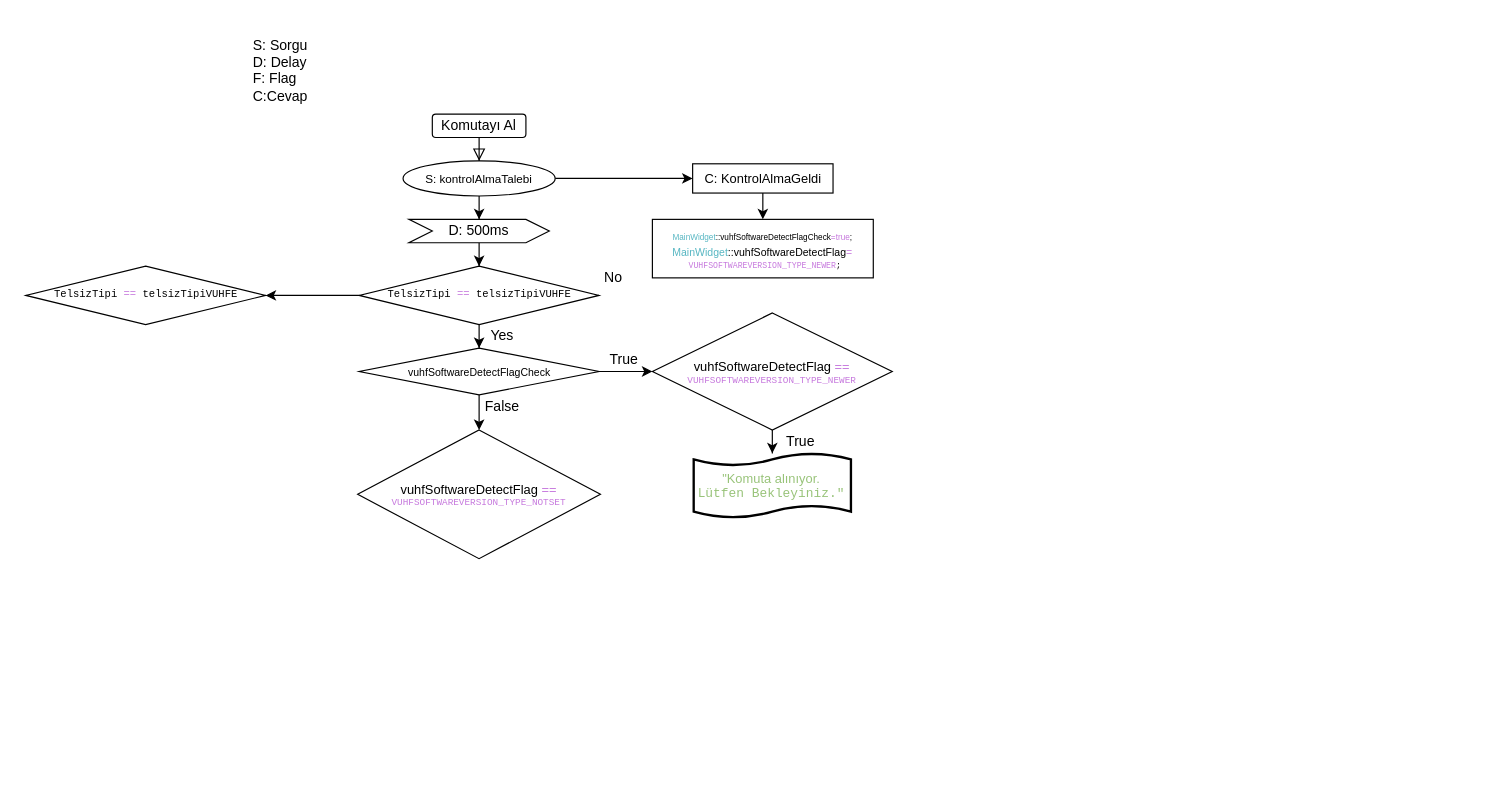
Earlier version of the draw.io diagram Untitled Diagram.drawio (eembetul/u8glib). Source tidied: cells renumbered, new cells numbered last; positions are measured from the earlier drawing's top-left corner, leaving out a move shared by most shapes. Both pictures are drawn from the tidied source at 117%, with x=0, y=0 at pixel (26, 32).
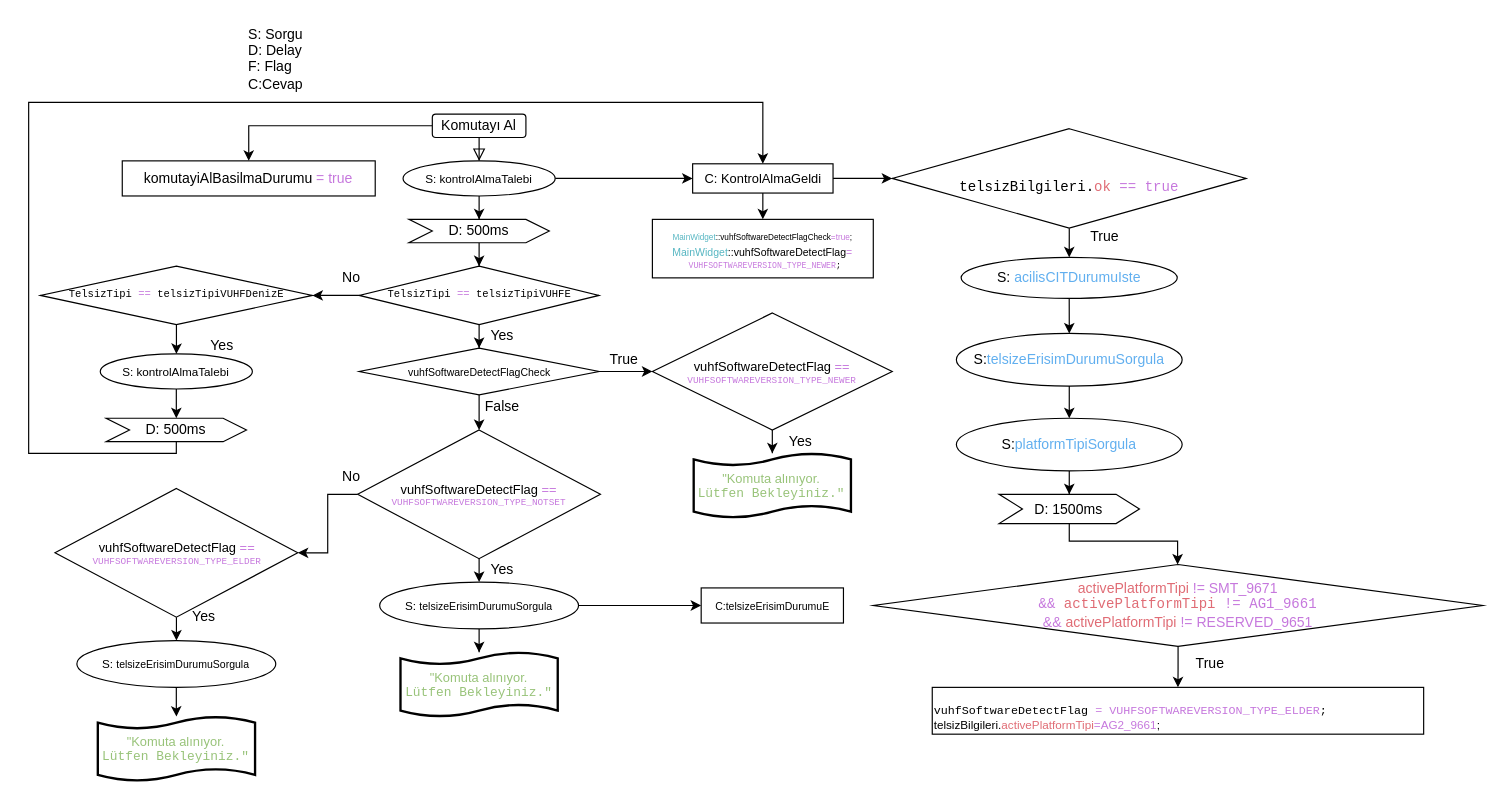
After the change.

Unchanged cells that the change refers to:
```xml
<mxCell id="3" value="Komutayı Al" style="rounded=1;whiteSpace=wrap;html=1;fontSize=12;glass=0;strokeWidth=1;shadow=0;" parent="1" vertex="1">
  <mxGeometry x="347" y="70" width="80" height="20" as="geometry" />
</mxCell>
<mxCell id="17" value="&lt;font style=&quot;font-size: 11px&quot;&gt;&lt;font style=&quot;font-size: 11px&quot;&gt;vuhfSoftwareDetectFlag &lt;span style=&quot;color: #c678dd&quot;&gt;==&lt;/span&gt; &lt;span style=&quot;color: #c678dd&quot;&gt;&lt;/span&gt;&lt;/font&gt;&lt;br&gt;&lt;span style=&quot;color: #c678dd&quot;&gt;&lt;/span&gt;&lt;/font&gt;&lt;pre style=&quot;margin: 0px ; text-indent: 0px ; font-size: 8px&quot;&gt;&lt;font style=&quot;font-size: 8px&quot;&gt;&lt;span style=&quot;color: #c678dd&quot;&gt;VUHFSOFTWAREVERSION_TYPE_NOTSET&lt;/span&gt;&lt;/font&gt;&lt;/pre&gt;" style="rhombus;whiteSpace=wrap;html=1;" parent="1" vertex="1">
  <mxGeometry x="283.2" y="340" width="207.5" height="110" as="geometry" />
</mxCell>
<mxCell id="24" value="&lt;font style=&quot;font-size: 11px&quot;&gt;C: KontrolAlmaGeldi&lt;/font&gt;" style="whiteSpace=wrap;html=1;" parent="1" vertex="1">
  <mxGeometry x="569.5" y="112.5" width="120" height="25" as="geometry" />
</mxCell>
```

Change to the diagram source:
```diff
@@
+    <mxCell id="29" style="edgeStyle=orthogonalEdgeStyle;rounded=0;jettySize=auto;html=1;" parent="1" edge="1" source="3" target="51">
+      <mxGeometry relative="1" as="geometry" />
+    </mxCell>
@@
     <mxCell id="15" value="No" style="text;html=1;strokeColor=none;fillColor=none;align=center;verticalAlign=middle;whiteSpace=wrap;rounded=0;" parent="1" vertex="1">
-      <mxGeometry x="482" y="200" width="40" height="20" as="geometry" />
+      <mxGeometry x="258.2" y="200" width="40" height="20" as="geometry" />
     </mxCell>
@@
+    <mxCell id="30" style="edgeStyle=orthogonalEdgeStyle;rounded=0;jettySize=auto;html=1;" parent="1" edge="1" source="17" target="41">
+      <mxGeometry relative="1" as="geometry" />
+    </mxCell>
+    <mxCell id="31" style="edgeStyle=orthogonalEdgeStyle;rounded=0;jettySize=auto;html=1;" parent="1" edge="1" source="17" target="45">
+      <mxGeometry relative="1" as="geometry" />
+    </mxCell>
@@
     <mxCell id="22" value="&lt;div align=&quot;left&quot;&gt;S: Sorgu&lt;br&gt;D: Delay&lt;br&gt;F: Flag&lt;br&gt;&lt;/div&gt;&lt;div align=&quot;left&quot;&gt;C:Cevap&lt;/div&gt;&lt;div align=&quot;left&quot;&gt;&lt;br&gt;&lt;/div&gt;" style="text;html=1;align=left;verticalAlign=middle;" parent="1" vertex="1">
-      <mxGeometry x="192" width="70" height="80" as="geometry" />
+      <mxGeometry x="188.2" y="-10" width="70" height="80" as="geometry" />
     </mxCell>
@@
+    <mxCell id="32" style="edgeStyle=orthogonalEdgeStyle;rounded=0;jettySize=auto;html=1;" parent="1" edge="1" source="24" target="54">
+      <mxGeometry relative="1" as="geometry" />
+    </mxCell>
@@
-    <mxCell id="27" value="True" style="text;html=1;strokeColor=none;fillColor=none;align=center;verticalAlign=middle;whiteSpace=wrap;rounded=0;" parent="1" vertex="1">
+    <mxCell id="27" value="Yes" style="text;html=1;strokeColor=none;fillColor=none;align=center;verticalAlign=middle;whiteSpace=wrap;rounded=0;" parent="1" vertex="1">
       <mxGeometry x="642" y="340" width="40" height="20" as="geometry" />
     </mxCell>
+    <mxCell id="33" style="edgeStyle=orthogonalEdgeStyle;rounded=0;jettySize=auto;html=1;" parent="1" edge="1" source="28" target="36">
+      <mxGeometry relative="1" as="geometry" />
+    </mxCell>
-    <mxCell id="28" value="&lt;pre style=&quot;margin: 0px ; text-indent: 0px ; font-size: 9px&quot;&gt;TelsizTipi &lt;span style=&quot;color: #c678dd&quot;&gt;==&lt;/span&gt; telsizTipiVUHFE&lt;/pre&gt;" style="rhombus;whiteSpace=wrap;html=1;" parent="1" vertex="1">
-      <mxGeometry x="-0.5" y="200" width="205" height="50" as="geometry" />
+    <mxCell id="28" value="&lt;pre style=&quot;margin: 0px ; text-indent: 0px ; font-size: 9px&quot;&gt;TelsizTipi &lt;span style=&quot;color: #c678dd&quot;&gt;==&lt;/span&gt; telsizTipiVUHFDenizE&lt;/pre&gt;" style="rhombus;whiteSpace=wrap;html=1;" parent="1" vertex="1">
+      <mxGeometry x="12" y="200" width="232.5" height="50" as="geometry" />
     </mxCell>
+    <mxCell id="34" value="&lt;div&gt;Yes&lt;/div&gt;&lt;div&gt;&lt;br&gt;&lt;/div&gt;" style="text;html=1;align=center;verticalAlign=middle;" parent="1" vertex="1">
+      <mxGeometry x="147" y="260" width="40" height="30" as="geometry" />
+    </mxCell>
+    <mxCell id="35" style="edgeStyle=orthogonalEdgeStyle;rounded=0;jettySize=auto;html=1;" parent="1" edge="1" source="36" target="38">
+      <mxGeometry relative="1" as="geometry" />
+    </mxCell>
+    <mxCell id="36" value="&lt;font style=&quot;font-size: 10px&quot;&gt;S: kontrolAlmaTalebi&lt;/font&gt;" style="ellipse;whiteSpace=wrap;html=1;" parent="1" vertex="1">
+      <mxGeometry x="63.2" y="275" width="130" height="30" as="geometry" />
+    </mxCell>
+    <mxCell id="37" style="edgeStyle=orthogonalEdgeStyle;rounded=0;jettySize=auto;html=1;entryX=0.5;entryY=0;entryDx=0;entryDy=0;" parent="1" edge="1" source="38" target="24">
+      <mxGeometry relative="1" as="geometry">
+        <Array as="points">
+          <mxPoint x="2" y="360" />
+          <mxPoint x="2" y="60" />
+          <mxPoint x="630" y="60" />
+        </Array>
+      </mxGeometry>
+    </mxCell>
+    <mxCell id="38" value="D: 500ms" style="shape=step;perimeter=stepPerimeter;whiteSpace=wrap;html=1;fixedSize=1;" parent="1" vertex="1">
+      <mxGeometry x="68.2" y="330" width="120" height="20" as="geometry" />
+    </mxCell>
+    <mxCell id="39" style="edgeStyle=orthogonalEdgeStyle;rounded=0;jettySize=auto;html=1;" parent="1" edge="1" source="41" target="42">
+      <mxGeometry relative="1" as="geometry" />
+    </mxCell>
+    <mxCell id="40" style="edgeStyle=orthogonalEdgeStyle;rounded=0;jettySize=auto;html=1;" parent="1" edge="1" source="41" target="52">
+      <mxGeometry relative="1" as="geometry" />
+    </mxCell>
+    <mxCell id="41" value="&lt;font style=&quot;font-size: 10px&quot;&gt;S: &lt;/font&gt;&lt;font style=&quot;font-size: 9px&quot;&gt;telsizeErisimDurumuSorgula&lt;/font&gt;" style="ellipse;whiteSpace=wrap;html=1;" parent="1" vertex="1">
+      <mxGeometry x="302" y="470" width="170" height="40" as="geometry" />
+    </mxCell>
+    <mxCell id="42" value="&lt;font style=&quot;font-size: 11px&quot;&gt;&lt;span style=&quot;color: #98c379&quot;&gt;&quot;Komuta&lt;/span&gt; &lt;span style=&quot;color: #98c379&quot;&gt;alınıyor.&lt;/span&gt;&lt;/font&gt;&lt;br&gt;&lt;font style=&quot;font-size: 11px&quot;&gt;&lt;span style=&quot;color: #98c379&quot;&gt;&lt;/span&gt;&lt;/font&gt;&lt;pre style=&quot;margin: 0px ; text-indent: 0px ; font-size: 11px&quot;&gt;&lt;font style=&quot;font-size: 11px&quot;&gt;&lt;span style=&quot;color: #98c379&quot;&gt;Lütfen&lt;/span&gt; &lt;span style=&quot;color: #98c379&quot;&gt;Bekleyiniz.&quot;&lt;/span&gt;&lt;/font&gt;&lt;/pre&gt;" style="shape=tape;whiteSpace=wrap;html=1;strokeWidth=2;size=0.19;" parent="1" vertex="1">
+      <mxGeometry x="319.8" y="530" width="134.4" height="55" as="geometry" />
+    </mxCell>
+    <mxCell id="43" value="Yes" style="text;html=1;strokeColor=none;fillColor=none;align=center;verticalAlign=middle;whiteSpace=wrap;rounded=0;" parent="1" vertex="1">
+      <mxGeometry x="387" y="450" width="40" height="20" as="geometry" />
+    </mxCell>
+    <mxCell id="44" style="edgeStyle=orthogonalEdgeStyle;rounded=0;jettySize=auto;html=1;" parent="1" edge="1" source="45" target="48">
+      <mxGeometry relative="1" as="geometry" />
+    </mxCell>
+    <mxCell id="45" value="&lt;font style=&quot;font-size: 11px&quot;&gt;&lt;font style=&quot;font-size: 11px&quot;&gt;vuhfSoftwareDetectFlag &lt;span style=&quot;color: #c678dd&quot;&gt;==&lt;/span&gt; &lt;span style=&quot;color: #c678dd&quot;&gt;&lt;/span&gt;&lt;/font&gt;&lt;br&gt;&lt;span style=&quot;color: #c678dd&quot;&gt;&lt;/span&gt;&lt;/font&gt;&lt;pre style=&quot;margin: 0px ; text-indent: 0px ; font-size: 8px&quot;&gt;&lt;font style=&quot;font-size: 8px&quot;&gt;&lt;span style=&quot;color: #c678dd&quot;&gt;VUHFSOFTWAREVERSION_TYPE_ELDER&lt;/span&gt;&lt;/font&gt;&lt;/pre&gt;" style="rhombus;whiteSpace=wrap;html=1;" parent="1" vertex="1">
+      <mxGeometry x="24.5" y="390" width="207.5" height="110" as="geometry" />
+    </mxCell>
+    <mxCell id="46" value="No" style="text;html=1;strokeColor=none;fillColor=none;align=center;verticalAlign=middle;whiteSpace=wrap;rounded=0;" parent="1" vertex="1">
+      <mxGeometry x="258.2" y="370" width="40" height="20" as="geometry" />
+    </mxCell>
+    <mxCell id="47" style="edgeStyle=orthogonalEdgeStyle;rounded=0;jettySize=auto;html=1;" parent="1" edge="1" source="48" target="49">
+      <mxGeometry relative="1" as="geometry" />
+    </mxCell>
+    <mxCell id="48" value="&lt;font style=&quot;font-size: 10px&quot;&gt;S: &lt;/font&gt;&lt;font style=&quot;font-size: 9px&quot;&gt;telsizeErisimDurumuSorgula&lt;/font&gt;" style="ellipse;whiteSpace=wrap;html=1;" parent="1" vertex="1">
+      <mxGeometry x="43.2" y="520" width="170" height="40" as="geometry" />
+    </mxCell>
+    <mxCell id="49" value="&lt;font style=&quot;font-size: 11px&quot;&gt;&lt;span style=&quot;color: #98c379&quot;&gt;&quot;Komuta&lt;/span&gt; &lt;span style=&quot;color: #98c379&quot;&gt;alınıyor.&lt;/span&gt;&lt;/font&gt;&lt;br&gt;&lt;font style=&quot;font-size: 11px&quot;&gt;&lt;span style=&quot;color: #98c379&quot;&gt;&lt;/span&gt;&lt;/font&gt;&lt;pre style=&quot;margin: 0px ; text-indent: 0px ; font-size: 11px&quot;&gt;&lt;font style=&quot;font-size: 11px&quot;&gt;&lt;span style=&quot;color: #98c379&quot;&gt;Lütfen&lt;/span&gt; &lt;span style=&quot;color: #98c379&quot;&gt;Bekleyiniz.&quot;&lt;/span&gt;&lt;/font&gt;&lt;/pre&gt;" style="shape=tape;whiteSpace=wrap;html=1;strokeWidth=2;size=0.19;" parent="1" vertex="1">
+      <mxGeometry x="61.1" y="585" width="134.4" height="55" as="geometry" />
+    </mxCell>
+    <mxCell id="50" value="Yes" style="text;html=1;strokeColor=none;fillColor=none;align=center;verticalAlign=middle;whiteSpace=wrap;rounded=0;" parent="1" vertex="1">
+      <mxGeometry x="132" y="490" width="40" height="20" as="geometry" />
+    </mxCell>
+    <mxCell id="51" value="&lt;span style=&quot;color: #56b6c2&quot;&gt;&lt;/span&gt;komutayiAlBasilmaDurumu &lt;span style=&quot;color: #c678dd&quot;&gt;=&lt;/span&gt; &lt;span style=&quot;color: #c678dd&quot;&gt;true&lt;/span&gt;" style="whiteSpace=wrap;html=1;" parent="1" vertex="1">
+      <mxGeometry x="82" y="110" width="216.2" height="30" as="geometry" />
+    </mxCell>
+    <mxCell id="52" value="&lt;font style=&quot;font-size: 9px&quot;&gt;C:&lt;/font&gt;&lt;font style=&quot;font-size: 11px&quot; size=&quot;1&quot;&gt;&lt;span style=&quot;font-size: 9px&quot;&gt;telsizeErisimDurumuE&lt;/span&gt;&lt;/font&gt;" style="whiteSpace=wrap;html=1;" parent="1" vertex="1">
+      <mxGeometry x="576.8" y="475" width="121.6" height="30" as="geometry" />
+    </mxCell>
+    <mxCell id="53" style="edgeStyle=orthogonalEdgeStyle;rounded=0;jettySize=auto;html=1;" parent="1" edge="1" source="54" target="56">
+      <mxGeometry relative="1" as="geometry" />
+    </mxCell>
+    <mxCell id="54" value="&lt;br&gt;&lt;pre style=&quot;margin-top: 0px ; margin-bottom: 0px ; margin-left: 0px ; margin-right: 0px ; text-indent: 0px&quot;&gt;telsizBilgileri.&lt;span style=&quot;color: #e06c75&quot;&gt;ok&lt;/span&gt; &lt;span style=&quot;color: #c678dd&quot;&gt;==&lt;/span&gt; &lt;span style=&quot;color: #c678dd&quot;&gt;true&lt;/span&gt;&lt;/pre&gt;" style="rhombus;whiteSpace=wrap;html=1;" parent="1" vertex="1">
+      <mxGeometry x="740.1" y="82.5" width="302.5" height="85" as="geometry" />
+    </mxCell>
+    <mxCell id="55" style="edgeStyle=orthogonalEdgeStyle;rounded=0;jettySize=auto;html=1;" parent="1" edge="1" source="56" target="59">
+      <mxGeometry relative="1" as="geometry" />
+    </mxCell>
+    <mxCell id="56" value="S:&lt;span style=&quot;color: #61afef&quot;&gt; acilisCITDurumuIste&lt;/span&gt;" style="ellipse;whiteSpace=wrap;html=1;" parent="1" vertex="1">
+      <mxGeometry x="799" y="192.5" width="184.7" height="35" as="geometry" />
+    </mxCell>
+    <mxCell id="57" value="True" style="text;html=1;strokeColor=none;fillColor=none;align=center;verticalAlign=middle;whiteSpace=wrap;rounded=0;" parent="1" vertex="1">
+      <mxGeometry x="902" y="165" width="40" height="20" as="geometry" />
+    </mxCell>
+    <mxCell id="58" style="edgeStyle=orthogonalEdgeStyle;rounded=0;jettySize=auto;html=1;" parent="1" edge="1" source="59" target="61">
+      <mxGeometry relative="1" as="geometry" />
+    </mxCell>
+    <mxCell id="59" value="S:&lt;span style=&quot;color: #61afef&quot;&gt;&lt;/span&gt;&lt;span style=&quot;color: #61afef&quot;&gt;telsizeErisimDurumuSorgula&lt;/span&gt;" style="ellipse;whiteSpace=wrap;html=1;" parent="1" vertex="1">
+      <mxGeometry x="794.9" y="257.5" width="193" height="45" as="geometry" />
+    </mxCell>
+    <mxCell id="60" style="edgeStyle=orthogonalEdgeStyle;rounded=0;jettySize=auto;html=1;" parent="1" edge="1" source="61" target="63">
+      <mxGeometry relative="1" as="geometry" />
+    </mxCell>
+    <mxCell id="61" value="S:&lt;span style=&quot;color: #61afef&quot;&gt;&lt;/span&gt;&lt;span style=&quot;color: #61afef&quot;&gt;platformTipiSorgula&lt;/span&gt;" style="ellipse;whiteSpace=wrap;html=1;" parent="1" vertex="1">
+      <mxGeometry x="794.9" y="330" width="193" height="45" as="geometry" />
+    </mxCell>
+    <mxCell id="62" style="edgeStyle=orthogonalEdgeStyle;rounded=0;jettySize=auto;html=1;" parent="1" edge="1" source="63" target="65">
+      <mxGeometry relative="1" as="geometry">
+        <Array as="points">
+          <mxPoint x="891" y="435" />
+          <mxPoint x="984" y="435" />
+        </Array>
+      </mxGeometry>
+    </mxCell>
+    <mxCell id="63" value="D: 1500ms" style="shape=step;perimeter=stepPerimeter;whiteSpace=wrap;html=1;fixedSize=1;" parent="1" vertex="1">
+      <mxGeometry x="831.4" y="395" width="120" height="25" as="geometry" />
+    </mxCell>
+    <mxCell id="64" style="edgeStyle=orthogonalEdgeStyle;rounded=0;jettySize=auto;html=1;" parent="1" edge="1" source="65" target="66">
+      <mxGeometry relative="1" as="geometry" />
+    </mxCell>
+    <mxCell id="65" value="&lt;span style=&quot;color: #e06c75&quot;&gt;activePlatformTipi&lt;/span&gt; &lt;span style=&quot;color: #c678dd&quot;&gt;!=&lt;/span&gt; &lt;span style=&quot;color: #c678dd&quot;&gt;SMT_9671&lt;/span&gt;&lt;br&gt;&lt;pre style=&quot;margin-top: 0px ; margin-bottom: 0px ; margin-left: 0px ; margin-right: 0px ; text-indent: 0px&quot;&gt;&lt;span style=&quot;color: #c678dd&quot;&gt;&amp;amp;&amp;amp;&lt;/span&gt; &lt;span style=&quot;color: #e06c75&quot;&gt;activePlatformTipi&lt;/span&gt; &lt;span style=&quot;color: #c678dd&quot;&gt;!=&lt;/span&gt; &lt;span style=&quot;color: #c678dd&quot;&gt;AG1_9661&lt;/span&gt;&lt;br&gt;&lt;/pre&gt;&lt;span style=&quot;color: #c678dd&quot;&gt;&amp;amp;&amp;amp;&lt;/span&gt; &lt;span style=&quot;color: #e06c75&quot;&gt;activePlatformTipi&lt;/span&gt; &lt;span style=&quot;color: #c678dd&quot;&gt;!=&lt;/span&gt; &lt;span style=&quot;color: #c678dd&quot;&gt;RESERVED_9651&lt;/span&gt;" style="rhombus;whiteSpace=wrap;html=1;" parent="1" vertex="1">
+      <mxGeometry x="723.9" y="455" width="520.9" height="70" as="geometry" />
+    </mxCell>
+    <mxCell id="66" value="&lt;div style=&quot;font-size: 10px&quot; align=&quot;left&quot;&gt;&lt;font style=&quot;font-size: 10px&quot;&gt;&lt;br&gt;&lt;/font&gt;&lt;pre style=&quot;margin-top: 0px ; margin-bottom: 0px ; margin-left: 0px ; margin-right: 0px ; text-indent: 0px&quot;&gt;&lt;font style=&quot;font-size: 10px&quot;&gt;&lt;span style=&quot;color: #56b6c2&quot;&gt;&lt;/span&gt;vuhfSoftwareDetectFlag &lt;span style=&quot;color: #c678dd&quot;&gt;=&lt;/span&gt; &lt;span style=&quot;color: #c678dd&quot;&gt;VUHFSOFTWAREVERSION_TYPE_ELDER&lt;/span&gt;;&lt;/font&gt;&lt;/pre&gt;&lt;font style=&quot;font-size: 10px&quot;&gt;telsizBilgileri.&lt;span style=&quot;color: #e06c75&quot;&gt;activePlatformTipi&lt;/span&gt;&lt;span style=&quot;color: #c678dd&quot;&gt;=&lt;/span&gt;&lt;span style=&quot;color: #c678dd&quot;&gt;AG2_9661&lt;/span&gt;;&lt;/font&gt;&lt;/div&gt;  " style="whiteSpace=wrap;html=1;align=left;" parent="1" vertex="1">
+      <mxGeometry x="774.3" y="560" width="420" height="40" as="geometry" />
+    </mxCell>
+    <mxCell id="67" value="True" style="text;html=1;strokeColor=none;fillColor=none;align=center;verticalAlign=middle;whiteSpace=wrap;rounded=0;" parent="1" vertex="1">
+      <mxGeometry x="992" y="520" width="40" height="40" as="geometry" />
+    </mxCell>
```
